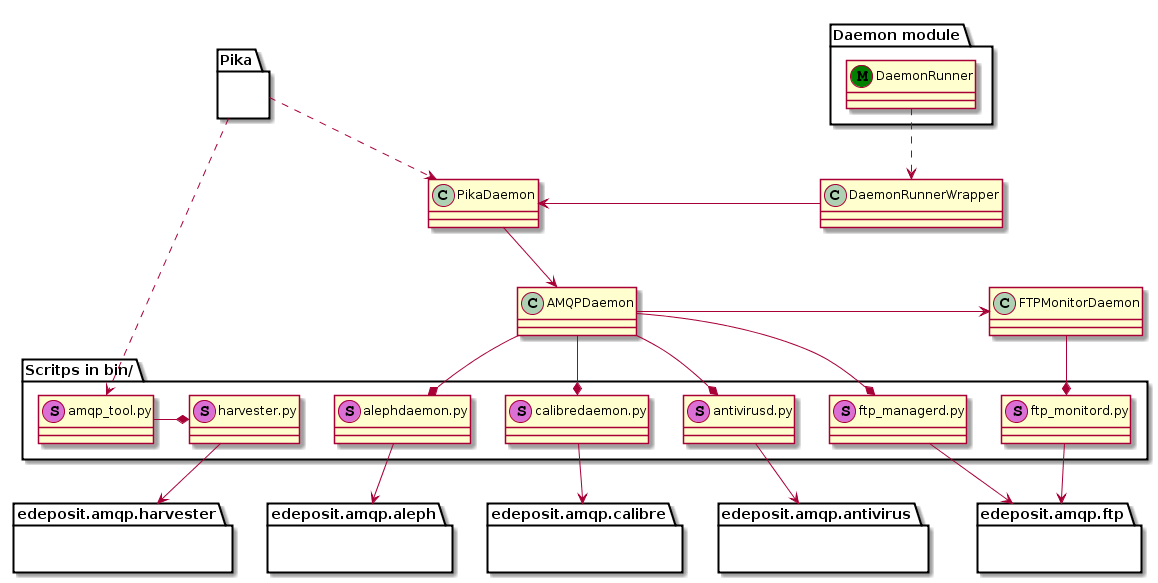
Before: docs/_static/structure.png, a diagram exported from PlantUML (edeposit/edeposit.amqp).
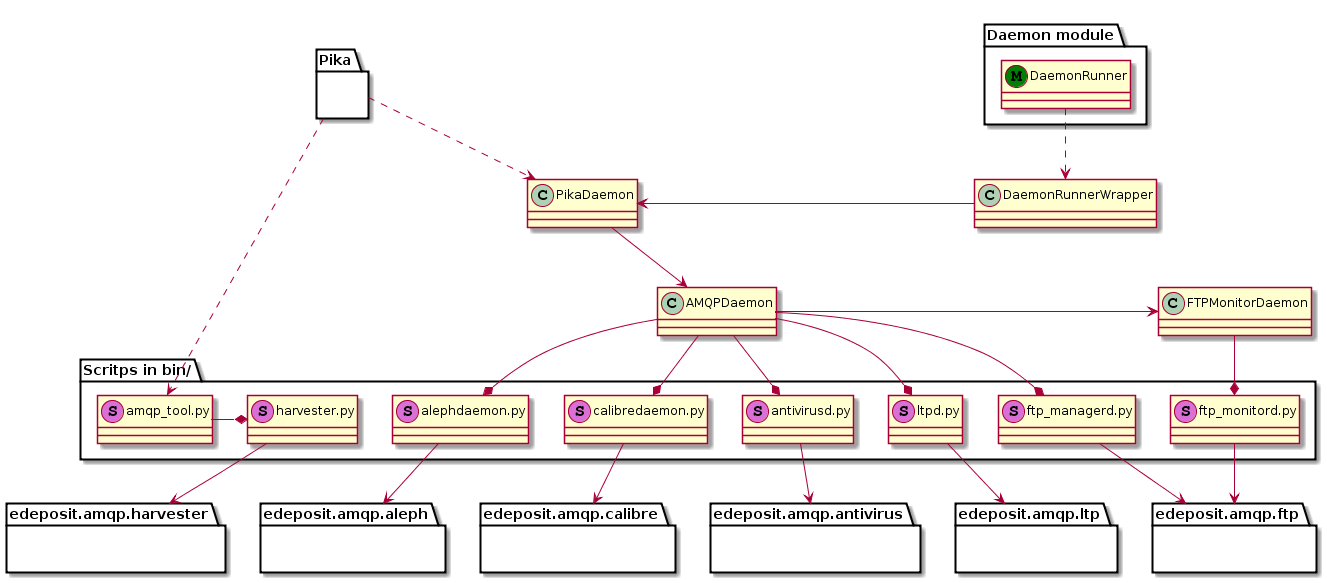
After the change.

Change to the diagram source:
```diff
@@ -18,6 +18,7 @@
     class "antivirusd.py" as antivirusd <<(S, orchid)>>
     class "amqp_tool.py" as amqp_tool <<(S, orchid)>>
     class "harvester.py" as harvester_sh <<(S, orchid)>>
+    class "ltpd.py" as ltpd <<(S, orchid)>>
 }
 
 DaemonRunner ..> DaemonRunnerWrapper
@@ -30,6 +31,7 @@
 AMQPDaemon --* calibredaemon
 AMQPDaemon --* ftp_managerd
 AMQPDaemon --* antivirusd
+AMQPDaemon --* ltpd
 FTPMonitorDaemon --* ftp_monitord
 amqp_tool -r-* harvester_sh
 
@@ -43,6 +45,8 @@
 }
 package "edeposit.amqp.harvester" as harvester {
 }
+package "edeposit.amqp.ltp" as ltp {
+}
 
 ftp_managerd -> ftp
 ftp_monitord -> ftp
@@ -50,4 +54,5 @@
 calibredaemon -> calibre
 antivirusd -> antivirus
 harvester_sh -> harvester
+ltpd -> ltp
 @enduml
```
